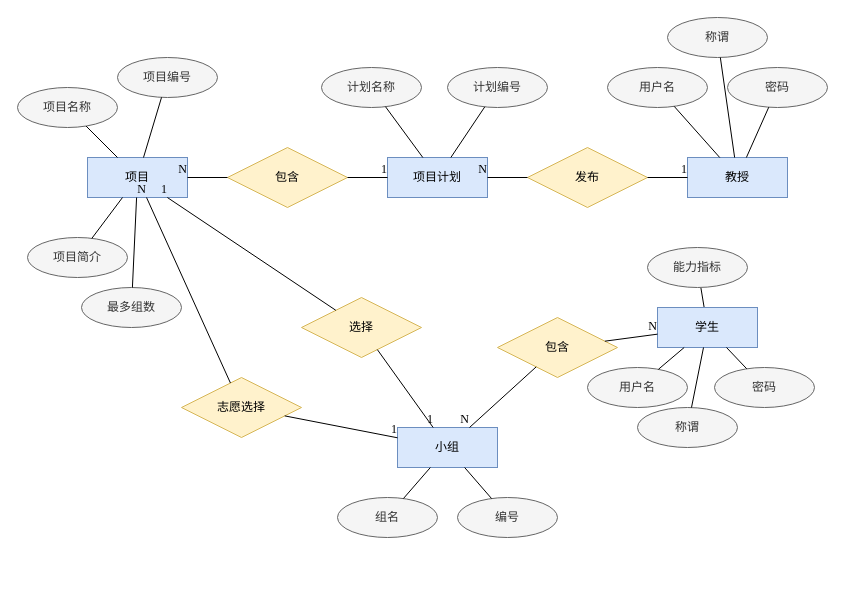
This is doc/assets/ER-diagram.drawio from Distributed-System-Course/Piggy-ProjG, a draw.io file, before an edit. Source tidied: cells renumbered, new cells numbered last; positions are measured from the earlier drawing's top-left corner, leaving out a move shared by most shapes. Both pictures are drawn from the tidied source at 100%, with x=0, y=0 at pixel (17, 17).
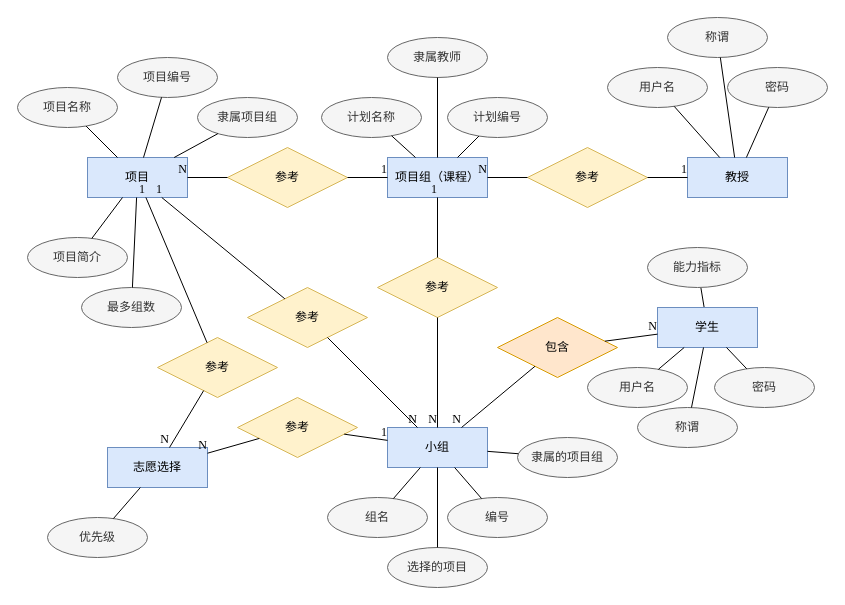
After the change.

Unchanged cells that the change refers to:
```xml
<mxCell id="2" value="项目" style="whiteSpace=wrap;html=1;align=center;fontFamily=&quot;Times New Roman&quot;, SimSun, sans-serif;fillColor=#dae8fc;strokeColor=#6c8ebf;" parent="1" vertex="1">
  <mxGeometry x="70" y="140" width="100" height="40" as="geometry" />
</mxCell>
```

What changed in the source:
```diff
@@
-    <mxCell id="3" value="项目计划" style="whiteSpace=wrap;html=1;align=center;fontFamily=&quot;Times New Roman&quot;, SimSun, sans-serif;fillColor=#dae8fc;strokeColor=#6c8ebf;" parent="1" vertex="1">
+    <mxCell id="3" value="项目组（课程）" style="whiteSpace=wrap;html=1;align=center;fontFamily=&quot;Times New Roman&quot;, SimSun, sans-serif;fillColor=#dae8fc;strokeColor=#6c8ebf;" parent="1" vertex="1">
       <mxGeometry x="370" y="140" width="100" height="40" as="geometry" />
     </mxCell>
@@
-    <mxCell id="5" value="发布" style="shape=rhombus;perimeter=rhombusPerimeter;whiteSpace=wrap;html=1;align=center;fontFamily=&quot;Times New Roman&quot;, SimSun, sans-serif;fillColor=#fff2cc;strokeColor=#d6b656;" parent="1" vertex="1">
+    <mxCell id="5" value="参考" style="shape=rhombus;perimeter=rhombusPerimeter;whiteSpace=wrap;html=1;align=center;fontFamily=&quot;Times New Roman&quot;, SimSun, sans-serif;fillColor=#fff2cc;strokeColor=#d6b656;" parent="1" vertex="1">
       <mxGeometry x="510" y="130" width="120" height="60" as="geometry" />
     </mxCell>
-    <mxCell id="6" value="包含" style="shape=rhombus;perimeter=rhombusPerimeter;whiteSpace=wrap;html=1;align=center;fontFamily=&quot;Times New Roman&quot;, SimSun, sans-serif;fillColor=#fff2cc;strokeColor=#d6b656;" parent="1" vertex="1">
+    <mxCell id="6" value="参考" style="shape=rhombus;perimeter=rhombusPerimeter;whiteSpace=wrap;html=1;align=center;fontFamily=&quot;Times New Roman&quot;, SimSun, sans-serif;fillColor=#fff2cc;strokeColor=#d6b656;" parent="1" vertex="1">
       <mxGeometry x="210" y="130" width="120" height="60" as="geometry" />
     </mxCell>
@@
     <mxCell id="23" value="计划名称" style="ellipse;whiteSpace=wrap;html=1;align=center;fontFamily=&quot;Times New Roman&quot;, SimSun, sans-serif;fillColor=#f5f5f5;strokeColor=#666666;fontColor=#333333;" parent="1" vertex="1">
-      <mxGeometry x="304" y="50" width="100" height="40" as="geometry" />
+      <mxGeometry x="304" y="80" width="100" height="40" as="geometry" />
     </mxCell>
     <mxCell id="24" value="计划编号" style="ellipse;whiteSpace=wrap;html=1;align=center;fontFamily=&quot;Times New Roman&quot;, SimSun, sans-serif;fillColor=#f5f5f5;strokeColor=#666666;fontColor=#333333;" parent="1" vertex="1">
-      <mxGeometry x="430" y="50" width="100" height="40" as="geometry" />
+      <mxGeometry x="430" y="80" width="100" height="40" as="geometry" />
     </mxCell>
@@
-    <mxCell id="33" value="志愿选择" style="shape=rhombus;perimeter=rhombusPerimeter;whiteSpace=wrap;html=1;align=center;fontFamily=&quot;Times New Roman&quot;, SimSun, sans-serif;fillColor=#fff2cc;strokeColor=#d6b656;" parent="1" vertex="1">
-      <mxGeometry x="164" y="360" width="120" height="60" as="geometry" />
-    </mxCell>
-    <mxCell id="34" value="选择" style="shape=rhombus;perimeter=rhombusPerimeter;whiteSpace=wrap;html=1;align=center;fontFamily=&quot;Times New Roman&quot;, SimSun, sans-serif;fillColor=#fff2cc;strokeColor=#d6b656;" parent="1" vertex="1">
-      <mxGeometry x="284" y="280" width="120" height="60" as="geometry" />
+    <mxCell id="34" value="参考" style="shape=rhombus;perimeter=rhombusPerimeter;whiteSpace=wrap;html=1;align=center;fontFamily=&quot;Times New Roman&quot;, SimSun, sans-serif;fillColor=#fff2cc;strokeColor=#d6b656;" parent="1" vertex="1">
+      <mxGeometry x="230" y="270" width="120" height="60" as="geometry" />
     </mxCell>
     <mxCell id="35" value="小组" style="whiteSpace=wrap;html=1;align=center;fontFamily=&quot;Times New Roman&quot;, SimSun, sans-serif;fillColor=#dae8fc;strokeColor=#6c8ebf;" parent="1" vertex="1">
-      <mxGeometry x="380" y="410" width="100" height="40" as="geometry" />
+      <mxGeometry x="370" y="410" width="100" height="40" as="geometry" />
     </mxCell>
@@
-    <mxCell id="37" style="endArrow=none;html=1;rounded=0;fontFamily=&quot;Times New Roman&quot;, SimSun, sans-serif;" parent="1" edge="1" source="34" target="35">
-      <mxGeometry relative="1" as="geometry" />
-    </mxCell>
-    <mxCell id="38" value="1" style="html=1;align=right;verticalAlign=bottom;fontFamily=&quot;Times New Roman&quot;, SimSun, sans-serif;" parent="37" vertex="1">
-      <mxGeometry x="1" relative="1" as="geometry" />
-    </mxCell>
@@
-    <mxCell id="41" style="endArrow=none;html=1;rounded=0;fontFamily=&quot;Times New Roman&quot;, SimSun, sans-serif;" parent="1" edge="1" source="33" target="2">
-      <mxGeometry relative="1" as="geometry" />
-    </mxCell>
-    <mxCell id="42" value="N" style="html=1;align=right;verticalAlign=bottom;fontFamily=&quot;Times New Roman&quot;, SimSun, sans-serif;" parent="41" vertex="1">
-      <mxGeometry x="1" relative="1" as="geometry" />
-    </mxCell>
-    <mxCell id="43" style="endArrow=none;html=1;rounded=0;fontFamily=&quot;Times New Roman&quot;, SimSun, sans-serif;" parent="1" edge="1" source="33" target="35">
-      <mxGeometry relative="1" as="geometry" />
-    </mxCell>
-    <mxCell id="44" value="1" style="html=1;align=right;verticalAlign=bottom;fontFamily=&quot;Times New Roman&quot;, SimSun, sans-serif;" parent="43" vertex="1">
-      <mxGeometry x="1" relative="1" as="geometry" />
-    </mxCell>
-    <mxCell id="45" value="包含" style="shape=rhombus;perimeter=rhombusPerimeter;whiteSpace=wrap;html=1;align=center;fontFamily=&quot;Times New Roman&quot;, SimSun, sans-serif;fillColor=#fff2cc;strokeColor=#d6b656;" parent="1" vertex="1">
+    <mxCell id="45" value="包含" style="shape=rhombus;perimeter=rhombusPerimeter;whiteSpace=wrap;html=1;align=center;fontFamily=&quot;Times New Roman&quot;, SimSun, sans-serif;fillColor=#ffe6cc;strokeColor=#d79b00;" parent="1" vertex="1">
       <mxGeometry x="480" y="300" width="120" height="60" as="geometry" />
     </mxCell>
@@
     <mxCell id="58" value="组名" style="ellipse;whiteSpace=wrap;html=1;align=center;fontFamily=&quot;Times New Roman&quot;, SimSun, sans-serif;fillColor=#f5f5f5;strokeColor=#666666;fontColor=#333333;" parent="1" vertex="1">
-      <mxGeometry x="320" y="480" width="100" height="40" as="geometry" />
+      <mxGeometry x="310" y="480" width="100" height="40" as="geometry" />
     </mxCell>
     <mxCell id="59" value="编号" style="ellipse;whiteSpace=wrap;html=1;align=center;fontFamily=&quot;Times New Roman&quot;, SimSun, sans-serif;fillColor=#f5f5f5;strokeColor=#666666;fontColor=#333333;" parent="1" vertex="1">
-      <mxGeometry x="440" y="480" width="100" height="40" as="geometry" />
+      <mxGeometry x="430" y="480" width="100" height="40" as="geometry" />
     </mxCell>
@@
+    <mxCell id="33" value="志愿选择" style="whiteSpace=wrap;html=1;align=center;fillColor=#dae8fc;strokeColor=#6c8ebf;fontFamily=&quot;Times New Roman&quot;, SimSun, sans-serif;" parent="1" vertex="1">
+      <mxGeometry x="90" y="430" width="100" height="40" as="geometry" />
+    </mxCell>
+    <mxCell id="62" value="优先级" style="ellipse;whiteSpace=wrap;html=1;align=center;fontFamily=&quot;Times New Roman&quot;, SimSun, sans-serif;fillColor=#f5f5f5;strokeColor=#666666;fontColor=#333333;" parent="1" vertex="1">
+      <mxGeometry x="30" y="500" width="100" height="40" as="geometry" />
+    </mxCell>
+    <mxCell id="63" style="endArrow=none;html=1;fontFamily=&quot;Times New Roman&quot;, SimSun, sans-serif;" parent="1" edge="1" source="62" target="33">
+      <mxGeometry relative="1" as="geometry" />
+    </mxCell>
+    <mxCell id="64" value="选择的项目" style="ellipse;whiteSpace=wrap;html=1;align=center;fontFamily=&quot;Times New Roman&quot;, SimSun, sans-serif;fillColor=#f5f5f5;strokeColor=#666666;fontColor=#333333;" parent="1" vertex="1">
+      <mxGeometry x="370" y="530" width="100" height="40" as="geometry" />
+    </mxCell>
+    <mxCell id="65" style="endArrow=none;html=1;fontFamily=&quot;Times New Roman&quot;, SimSun, sans-serif;" parent="1" edge="1" source="64" target="35">
+      <mxGeometry relative="1" as="geometry" />
+    </mxCell>
+    <mxCell id="66" value="参考" style="shape=rhombus;perimeter=rhombusPerimeter;whiteSpace=wrap;html=1;align=center;fontFamily=&quot;Times New Roman&quot;, SimSun, sans-serif;fillColor=#fff2cc;strokeColor=#d6b656;" parent="1" vertex="1">
+      <mxGeometry x="360" y="240" width="120" height="60" as="geometry" />
+    </mxCell>
+    <mxCell id="37" style="endArrow=none;html=1;rounded=0;fontFamily=&quot;Times New Roman&quot;, SimSun, sans-serif;" parent="1" edge="1" source="34" target="35">
+      <mxGeometry relative="1" as="geometry" />
+    </mxCell>
+    <mxCell id="67" value="N" style="html=1;align=right;verticalAlign=bottom;fontFamily=&quot;Times New Roman&quot;, SimSun, sans-serif;" parent="37" vertex="1">
+      <mxGeometry x="1" relative="1" as="geometry" />
+    </mxCell>
+    <mxCell id="68" style="endArrow=none;html=1;rounded=0;fontFamily=&quot;Times New Roman&quot;, SimSun, sans-serif;" parent="1" edge="1" source="66" target="3">
+      <mxGeometry relative="1" as="geometry" />
+    </mxCell>
+    <mxCell id="69" value="1" style="html=1;align=right;verticalAlign=bottom;fontFamily=&quot;Times New Roman&quot;, SimSun, sans-serif;" parent="68" vertex="1">
+      <mxGeometry x="1" relative="1" as="geometry" />
+    </mxCell>
+    <mxCell id="70" style="endArrow=none;html=1;rounded=0;fontFamily=&quot;Times New Roman&quot;, SimSun, sans-serif;" parent="1" edge="1" source="66" target="35">
+      <mxGeometry relative="1" as="geometry" />
+    </mxCell>
+    <mxCell id="71" value="N" style="html=1;align=right;verticalAlign=bottom;fontFamily=&quot;Times New Roman&quot;, SimSun, sans-serif;" parent="70" vertex="1">
+      <mxGeometry x="1" relative="1" as="geometry" />
+    </mxCell>
+    <mxCell id="72" value="隶属的项目组" style="ellipse;whiteSpace=wrap;html=1;align=center;fontFamily=&quot;Times New Roman&quot;, SimSun, sans-serif;fillColor=#f5f5f5;strokeColor=#666666;fontColor=#333333;" parent="1" vertex="1">
+      <mxGeometry x="500" y="420" width="100" height="40" as="geometry" />
+    </mxCell>
+    <mxCell id="73" style="endArrow=none;html=1;fontFamily=&quot;Times New Roman&quot;, SimSun, sans-serif;" parent="1" edge="1" source="35" target="72">
+      <mxGeometry relative="1" as="geometry" />
+    </mxCell>
+    <mxCell id="74" value="参考" style="shape=rhombus;perimeter=rhombusPerimeter;whiteSpace=wrap;html=1;align=center;fontFamily=&quot;Times New Roman&quot;, SimSun, sans-serif;fillColor=#fff2cc;strokeColor=#d6b656;" parent="1" vertex="1">
+      <mxGeometry x="140" y="320" width="120" height="60" as="geometry" />
+    </mxCell>
+    <mxCell id="75" value="参考" style="shape=rhombus;perimeter=rhombusPerimeter;whiteSpace=wrap;html=1;align=center;fontFamily=&quot;Times New Roman&quot;, SimSun, sans-serif;fillColor=#fff2cc;strokeColor=#d6b656;" parent="1" vertex="1">
+      <mxGeometry x="220" y="380" width="120" height="60" as="geometry" />
+    </mxCell>
+    <mxCell id="76" style="endArrow=none;html=1;rounded=0;fontFamily=&quot;Times New Roman&quot;, SimSun, sans-serif;" parent="1" edge="1" source="75" target="35">
+      <mxGeometry relative="1" as="geometry" />
+    </mxCell>
+    <mxCell id="77" value="1" style="html=1;align=right;verticalAlign=bottom;fontFamily=&quot;Times New Roman&quot;, SimSun, sans-serif;" parent="76" vertex="1">
+      <mxGeometry x="1" relative="1" as="geometry" />
+    </mxCell>
+    <mxCell id="78" style="endArrow=none;html=1;rounded=0;fontFamily=&quot;Times New Roman&quot;, SimSun, sans-serif;" parent="1" edge="1" source="75" target="33">
+      <mxGeometry relative="1" as="geometry" />
+    </mxCell>
+    <mxCell id="79" value="N" style="html=1;align=right;verticalAlign=bottom;fontFamily=&quot;Times New Roman&quot;, SimSun, sans-serif;" parent="78" vertex="1">
+      <mxGeometry x="1" relative="1" as="geometry" />
+    </mxCell>
+    <mxCell id="80" style="endArrow=none;html=1;rounded=0;fontFamily=&quot;Times New Roman&quot;, SimSun, sans-serif;" parent="1" edge="1" source="74" target="2">
+      <mxGeometry relative="1" as="geometry" />
+    </mxCell>
+    <mxCell id="81" value="1" style="html=1;align=right;verticalAlign=bottom;fontFamily=&quot;Times New Roman&quot;, SimSun, sans-serif;" parent="80" vertex="1">
+      <mxGeometry x="1" relative="1" as="geometry" />
+    </mxCell>
+    <mxCell id="82" style="endArrow=none;html=1;rounded=0;fontFamily=&quot;Times New Roman&quot;, SimSun, sans-serif;" parent="1" edge="1" source="74" target="33">
+      <mxGeometry relative="1" as="geometry" />
+    </mxCell>
+    <mxCell id="83" value="N" style="html=1;align=right;verticalAlign=bottom;fontFamily=&quot;Times New Roman&quot;, SimSun, sans-serif;" parent="82" vertex="1">
+      <mxGeometry x="1" relative="1" as="geometry" />
+    </mxCell>
+    <mxCell id="84" value="隶属项目组" style="ellipse;whiteSpace=wrap;html=1;align=center;fontFamily=&quot;Times New Roman&quot;, SimSun, sans-serif;fillColor=#f5f5f5;strokeColor=#666666;fontColor=#333333;" parent="1" vertex="1">
+      <mxGeometry x="180" y="80" width="100" height="40" as="geometry" />
+    </mxCell>
+    <mxCell id="85" style="endArrow=none;html=1;rounded=0;fontFamily=&quot;Times New Roman&quot;, SimSun, sans-serif;" parent="1" edge="1" source="2" target="84">
+      <mxGeometry relative="1" as="geometry" />
+    </mxCell>
+    <mxCell id="86" value="隶属教师" style="ellipse;whiteSpace=wrap;html=1;align=center;fontFamily=&quot;Times New Roman&quot;, SimSun, sans-serif;fillColor=#f5f5f5;strokeColor=#666666;fontColor=#333333;" parent="1" vertex="1">
+      <mxGeometry x="370" y="20" width="100" height="40" as="geometry" />
+    </mxCell>
+    <mxCell id="87" style="endArrow=none;html=1;rounded=0;fontFamily=&quot;Times New Roman&quot;, SimSun, sans-serif;" parent="1" edge="1" source="86" target="3">
+      <mxGeometry relative="1" as="geometry" />
+    </mxCell>
```
